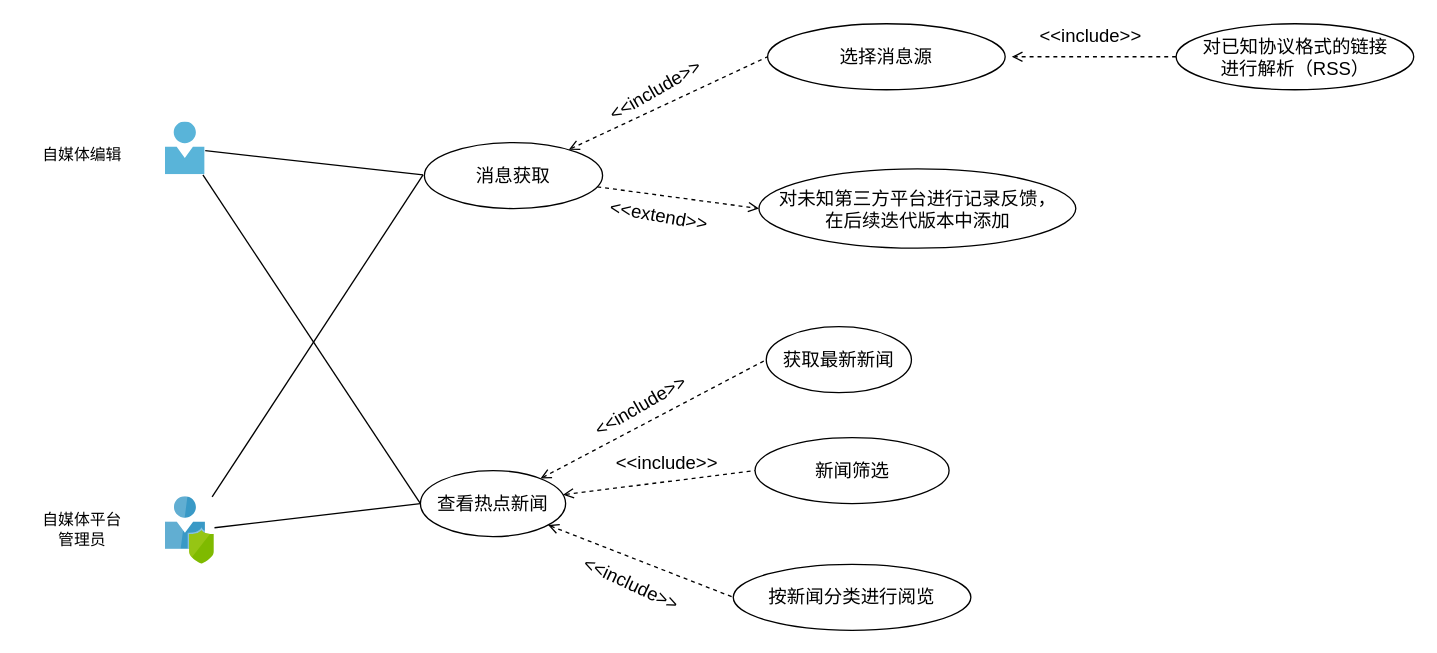
Above: 1-SoftwareRequirements/NewsFeed/nf_usercase.drawio in zan-press/diagram (draw.io), before the change. Source tidied: cells renumbered, new cells numbered last; positions are measured from the earlier drawing's top-left corner, leaving out a move shared by most shapes. Both pictures are drawn from the tidied source at 132%, with x=0, y=0 at pixel (22, 22).
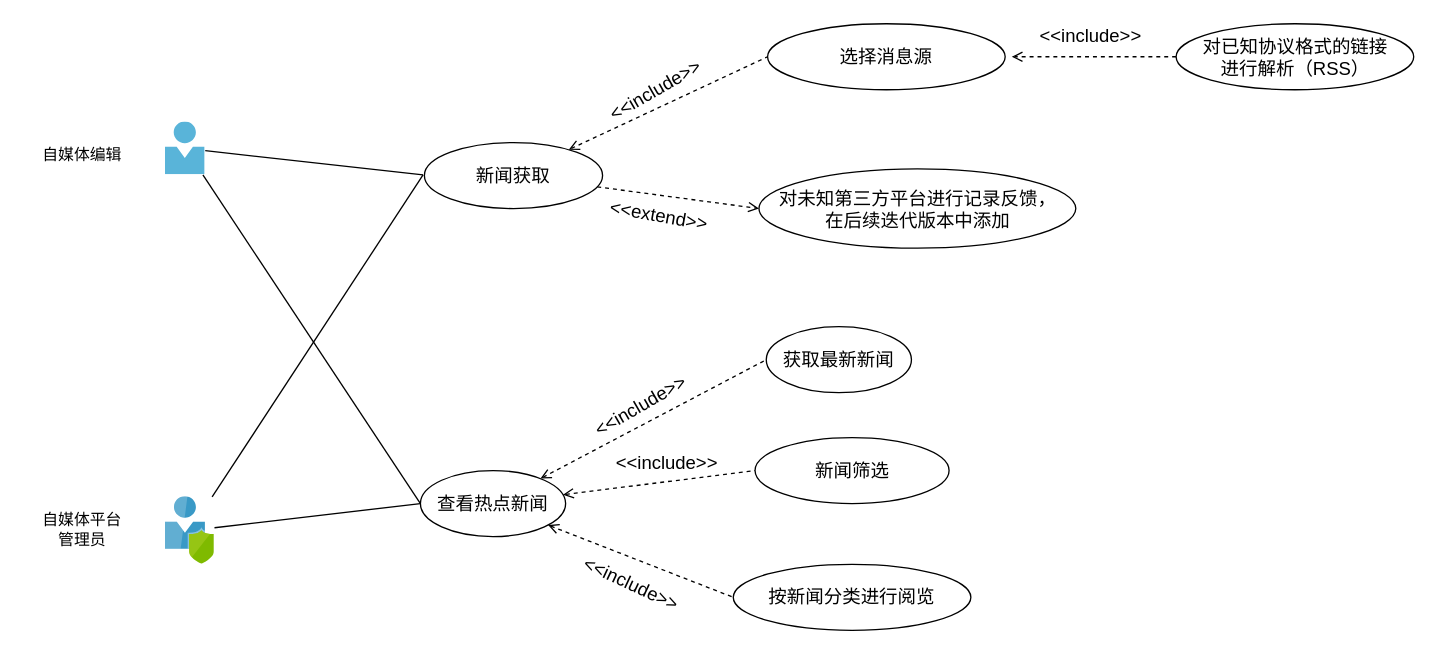
The same diagram, later.

The edit, as a diff of the source:
```diff
@@
-    <mxCell id="21" value="消息获取" style="ellipse;whiteSpace=wrap;html=1;fontFamily=SF Mono;fontSize=14;" parent="1" vertex="1">
+    <mxCell id="21" value="新闻获取" style="ellipse;whiteSpace=wrap;html=1;fontFamily=SF Mono;fontSize=14;" parent="1" vertex="1">
       <mxGeometry x="304" y="90.5" width="135" height="50" as="geometry" />
     </mxCell>
```
